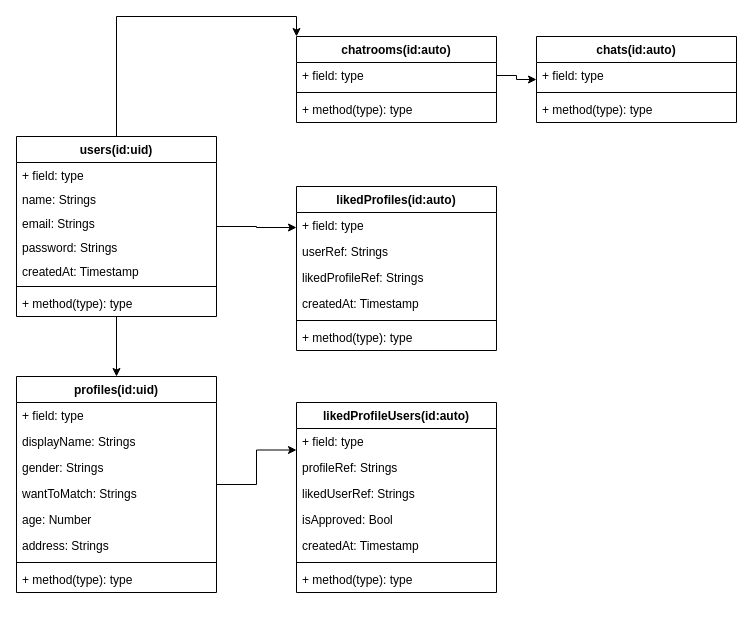
The draw.io diagram store/firestore.drawio in KoheiB/my-matching-app, before the edit. Source tidied: cells renumbered, new cells numbered last; positions are measured from the earlier drawing's top-left corner, leaving out a move shared by most shapes. Both pictures are drawn from the tidied source at 100%, with x=0, y=0 at pixel (16, 36).
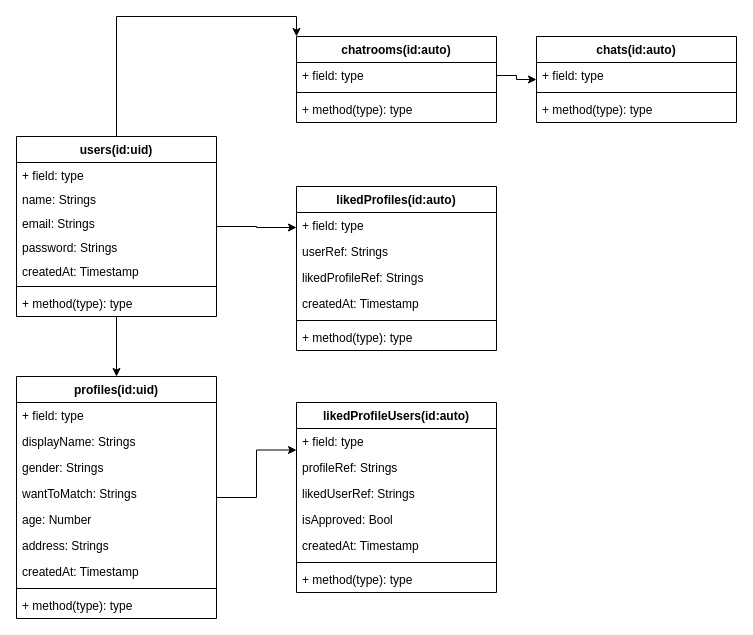
The same diagram, later.

The edit, as a diff of the source:
```diff
@@
     <mxCell id="15" value="profiles(id:uid)" style="swimlane;fontStyle=1;align=center;verticalAlign=top;horizontal=1;startSize=26;" parent="1" vertex="1">
-      <mxGeometry y="340" width="200" height="216" as="geometry" />
+      <mxGeometry y="340" width="200" height="242" as="geometry" />
     </mxCell>
@@
+    <mxCell id="47" value="createdAt: Timestamp" style="text;strokeColor=none;fillColor=none;align=left;verticalAlign=top;spacingLeft=4;spacingRight=4;overflow=hidden;" parent="15" vertex="1">
+      <mxGeometry y="182" width="200" height="26" as="geometry" />
+    </mxCell>
     <mxCell id="22" style="line;strokeWidth=1;fillColor=none;align=left;verticalAlign=middle;spacingTop=-1;spacingLeft=3;spacingRight=3;labelPosition=right;" parent="15" vertex="1">
-      <mxGeometry y="182" width="200" height="8" as="geometry" />
+      <mxGeometry y="208" width="200" height="8" as="geometry" />
     </mxCell>
     <mxCell id="23" value="+ method(type): type" style="text;strokeColor=none;fillColor=none;align=left;verticalAlign=top;spacingLeft=4;spacingRight=4;overflow=hidden;" parent="15" vertex="1">
-      <mxGeometry y="190" width="200" height="26" as="geometry" />
+      <mxGeometry y="216" width="200" height="26" as="geometry" />
     </mxCell>
```
